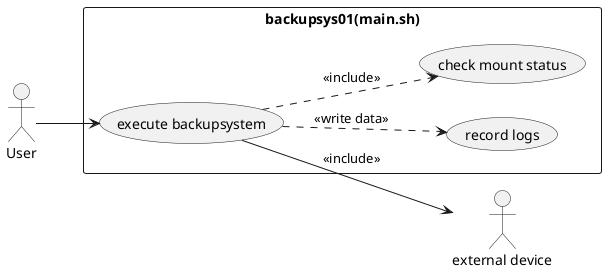
The PlantUML diagram docs/backupsys_usecase.png in Jumacde/shellscript_backupsys_external_device01, before a commit. Its diagram source:
```plantuml
@startuml
skinparam packageStyle rectangle
left to right direction
actor "User" as user
actor "external device" as device

rectangle "backupsys01(main.sh)" {
        usecase "execute backupsystem" as main
        usecase "record logs" as log
	usecase "check mount status" as mount
}
user --> main
main ..> mount: << include >>
main --> device: << include >>
main ..> log: << write data >>
@enduml
```
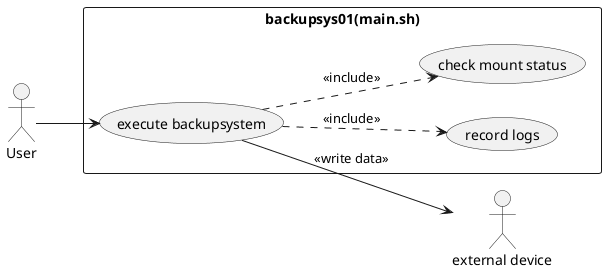
After the commit.

Commit message:
edit usecase diagram

What changed in the source:
```diff
@@ -11,6 +11,6 @@
 }
 user --> main
 main ..> mount: << include >>
-main --> device: << include >>
-main ..> log: << write data >>
+main --> device: << write data >>
+main ..> log: << include >>
 @enduml
```
